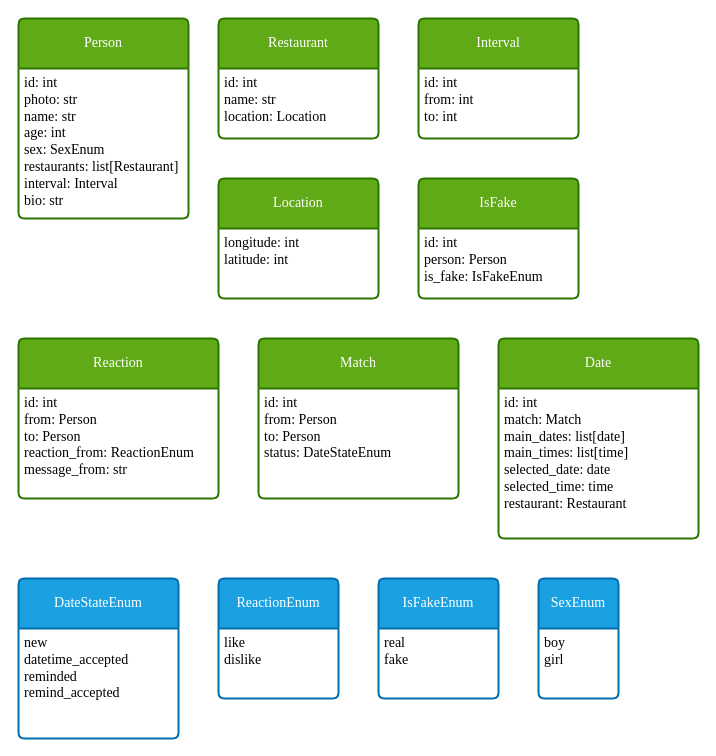
This is match.drawio from KmvRoman/Diagrams, a draw.io file, before an edit. Source tidied: cells renumbered, new cells numbered last; positions are measured from the earlier drawing's top-left corner, leaving out a move shared by most shapes. Both pictures are drawn from the tidied source at 100%, with x=0, y=0 at pixel (18, 18).
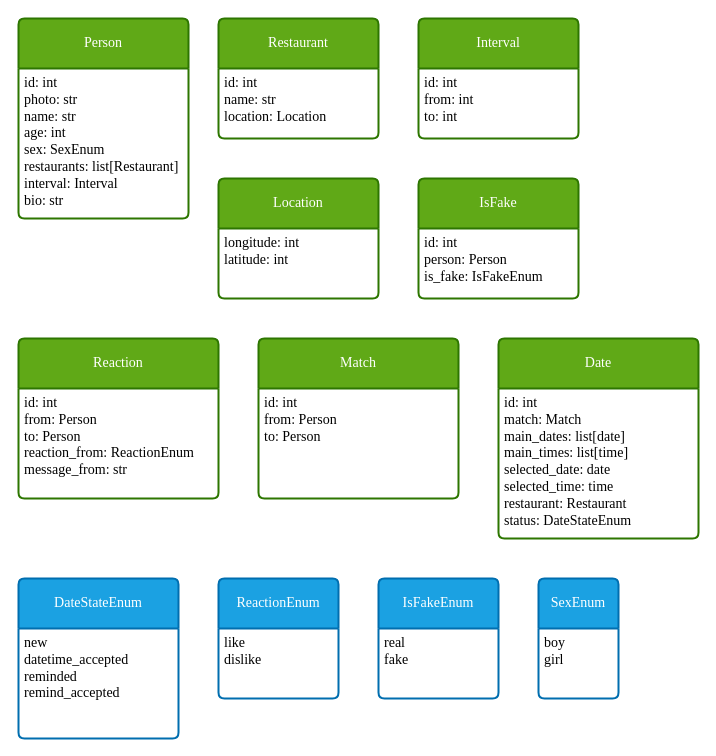
The same page after the edit.

Unchanged cells that the change refers to:
```xml
<mxCell id="11" value="Match" style="swimlane;horizontal=1;startSize=50;rounded=1;fontSize=14;fontStyle=0;strokeWidth=2;shadow=0;dashed=0;align=center;arcSize=4;whiteSpace=wrap;html=1;fontFamily=Times New Roman;fillColor=#60a917;fontColor=#ffffff;strokeColor=#2D7600;" parent="1" vertex="1">
  <mxGeometry x="240" y="320" width="200" height="160" as="geometry" />
</mxCell>
<mxCell id="13" value="Date" style="swimlane;horizontal=1;startSize=50;rounded=1;fontSize=14;fontStyle=0;strokeWidth=2;shadow=0;dashed=0;align=center;arcSize=4;whiteSpace=wrap;html=1;fontFamily=Times New Roman;fillColor=#60a917;fontColor=#ffffff;strokeColor=#2D7600;" parent="1" vertex="1">
  <mxGeometry x="480" y="320" width="200" height="200" as="geometry" />
</mxCell>
```

What changed in the source:
```diff
@@
-    <mxCell id="12" value="id: int&lt;br&gt;from: Person&lt;br style=&quot;font-size: 14px;&quot;&gt;to: Person&lt;br&gt;status: DateStateEnum" style="align=left;strokeColor=none;fillColor=none;spacingLeft=4;fontSize=14;verticalAlign=top;html=1;fontFamily=Times New Roman;" parent="11" vertex="1">
+    <mxCell id="12" value="id: int&lt;br&gt;from: Person&lt;br style=&quot;font-size: 14px;&quot;&gt;to: Person" style="align=left;strokeColor=none;fillColor=none;spacingLeft=4;fontSize=14;verticalAlign=top;html=1;fontFamily=Times New Roman;" parent="11" vertex="1">
       <mxGeometry y="50" width="200" height="110" as="geometry" />
     </mxCell>
@@
-    <mxCell id="14" value="id: int&lt;br&gt;match: Match&lt;br&gt;main_dates: list[date]&lt;br&gt;main_times: list[time]&lt;br&gt;selected_date: date&lt;br&gt;selected_time: time&lt;br&gt;restaurant: Restaurant" style="align=left;strokeColor=none;fillColor=none;spacingLeft=4;fontSize=14;verticalAlign=top;html=1;fontFamily=Times New Roman;" parent="13" vertex="1">
+    <mxCell id="14" value="id: int&lt;br&gt;match: Match&lt;br&gt;main_dates: list[date]&lt;br&gt;main_times: list[time]&lt;br&gt;selected_date: date&lt;br&gt;selected_time: time&lt;br&gt;restaurant: Restaurant&lt;br&gt;status: DateStateEnum" style="align=left;strokeColor=none;fillColor=none;spacingLeft=4;fontSize=14;verticalAlign=top;html=1;fontFamily=Times New Roman;" parent="13" vertex="1">
       <mxGeometry y="50" width="200" height="150" as="geometry" />
     </mxCell>
```
